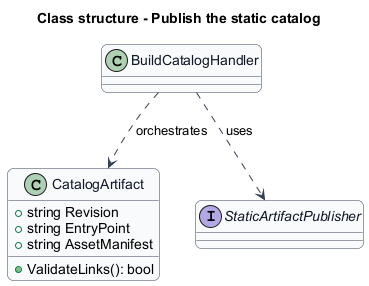
Before: docs/detailed-designs/design-system/publish-static-catalog/diagrams/class-structure.png, a diagram exported from PlantUML (QuinntyneBrown/quinntyne-brown-studio). Source of this version:
```plantuml
@startuml
skinparam backgroundColor #FFFFFF
skinparam shadowing false
skinparam roundcorner 12
skinparam defaultFontName Arial
skinparam ArrowColor #344054
skinparam rectangle {
  BorderColor #344054
  FontColor #101828
}
skinparam package {
  BorderColor #667085
  FontColor #101828
  BackgroundColor #F9FAFB
}
title Class structure - Publish the static catalog
skinparam class {
 BorderColor #344054
 FontColor #101828
 BackgroundColor #F9FAFB
}
class CatalogArtifact {
 +string Revision
 +string EntryPoint
 +string AssetManifest
 +ValidateLinks(): bool
}
interface StaticArtifactPublisher
class BuildCatalogHandler
BuildCatalogHandler ..> StaticArtifactPublisher : uses
BuildCatalogHandler ..> CatalogArtifact : orchestrates
@enduml
```
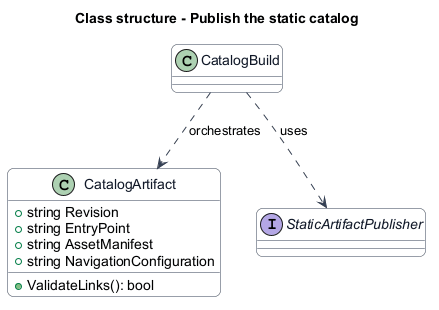
After the change.

The edit, as a diff of the source:
```diff
@@ -23,10 +23,11 @@
  +string Revision
  +string EntryPoint
  +string AssetManifest
+ +string NavigationConfiguration
  +ValidateLinks(): bool
 }
 interface StaticArtifactPublisher
-class BuildCatalogHandler
-BuildCatalogHandler ..> StaticArtifactPublisher : uses
-BuildCatalogHandler ..> CatalogArtifact : orchestrates
+class CatalogBuild
+CatalogBuild ..> StaticArtifactPublisher : uses
+CatalogBuild ..> CatalogArtifact : orchestrates
 @enduml
```
